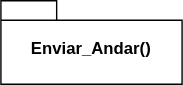
wholocked1/Projeto-2-modelagem keeps this draw.io diagram as Diagrama-Sequencia/mover_elevadores.svg. Above is the earlier version. Source tidied: cells renumbered, new cells last; positions are measured from the earlier drawing's top-left corner, leaving out a move shared by most shapes. Source of this version:
```xml
<mxGraphModel background="#ffffff">
  <root>
    <mxCell id="0" />
    <mxCell id="1" parent="0" />
    <mxCell id="2" value="Enviar_Andar()" style="shape=folder;fontStyle=1;spacingTop=10;tabWidth=40;tabHeight=14;tabPosition=left;html=1;whiteSpace=wrap;" parent="1" vertex="1">
      <mxGeometry width="130" height="60" as="geometry" />
    </mxCell>
  </root>
</mxGraphModel>
```
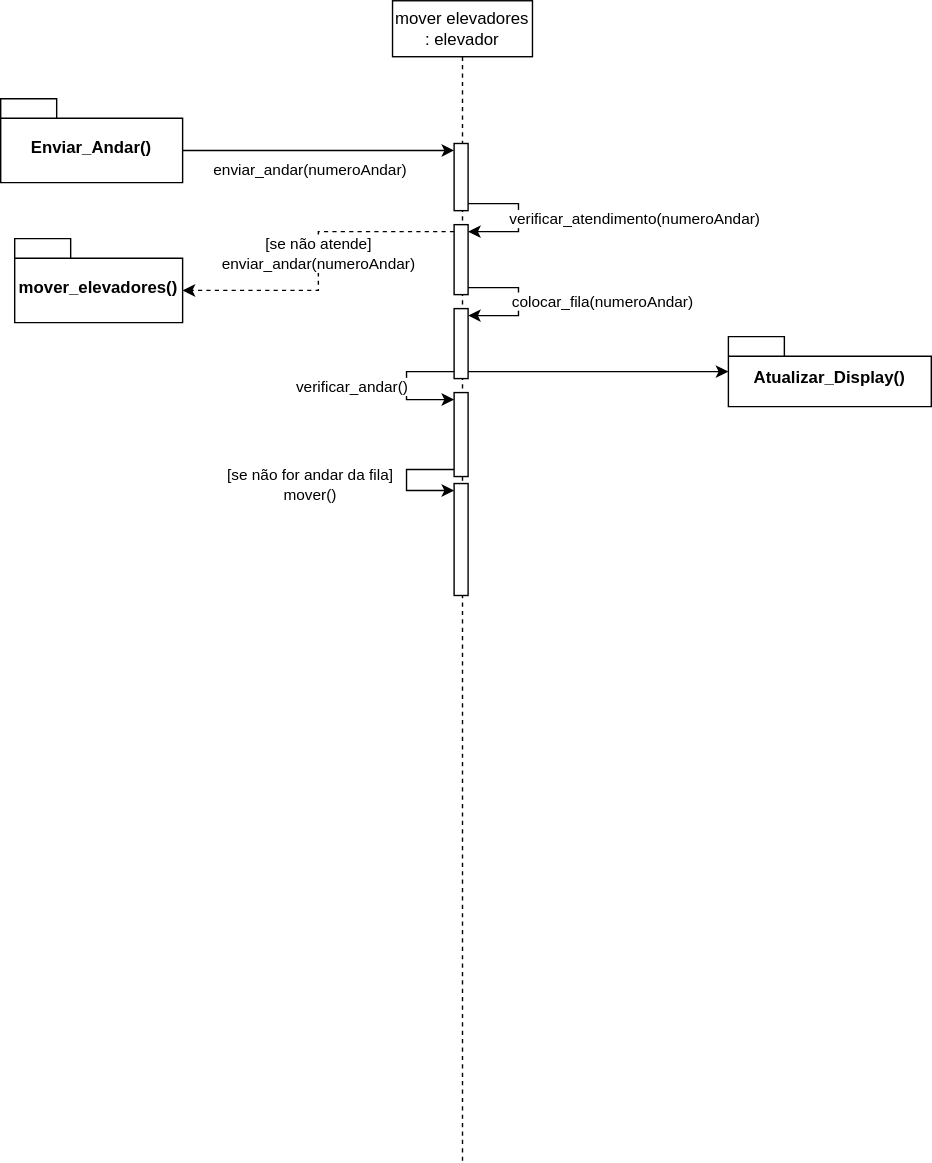
After the change.

Diff of the diagram source:
```diff
@@ -5,5 +5,100 @@
     <mxCell id="2" value="Enviar_Andar()" style="shape=folder;fontStyle=1;spacingTop=10;tabWidth=40;tabHeight=14;tabPosition=left;html=1;whiteSpace=wrap;" parent="1" vertex="1">
       <mxGeometry width="130" height="60" as="geometry" />
     </mxCell>
+    <mxCell id="3" value="mover elevadores : elevador" style="shape=umlLifeline;perimeter=lifelinePerimeter;whiteSpace=wrap;html=1;newEdgeStyle={&quot;curved&quot;:0,&quot;rounded&quot;:0};" parent="1" vertex="1">
+      <mxGeometry x="280" y="-70" width="100" height="830" as="geometry" />
+    </mxCell>
+    <mxCell id="4" style="html=1;points=[[0,0,0,0,5],[0,1,0,0,-5],[1,0,0,0,5],[1,1,0,0,-5]];perimeter=orthogonalPerimeter;outlineConnect=0;targetShapes=umlLifeline;portConstraint=eastwest;newEdgeStyle={&quot;curved&quot;:0,&quot;rounded&quot;:0};" parent="3" vertex="1">
+      <mxGeometry x="44" y="102" width="10" height="48" as="geometry" />
+    </mxCell>
+    <mxCell id="5" style="html=1;points=[[0,0,0,0,5],[0,1,0,0,-5],[1,0,0,0,5],[1,1,0,0,-5]];perimeter=orthogonalPerimeter;outlineConnect=0;targetShapes=umlLifeline;portConstraint=eastwest;newEdgeStyle={&quot;curved&quot;:0,&quot;rounded&quot;:0};" parent="3" vertex="1">
+      <mxGeometry x="44" y="160" width="10" height="50" as="geometry" />
+    </mxCell>
+    <mxCell id="6" style="edgeStyle=orthogonalEdgeStyle;rounded=0;jettySize=auto;html=1;curved=0;exitX=1;exitY=1;exitDx=0;exitDy=-5;exitPerimeter=0;entryX=1;entryY=0;entryDx=0;entryDy=5;entryPerimeter=0;" parent="3" edge="1" source="4" target="5">
+      <mxGeometry relative="1" as="geometry">
+        <Array as="points">
+          <mxPoint x="90" y="145" />
+          <mxPoint x="90" y="165" />
+        </Array>
+      </mxGeometry>
+    </mxCell>
+    <mxCell id="7" value="verificar_atendimento(numeroAndar)" style="edgeLabel;html=1;align=center;verticalAlign=middle;" parent="6" vertex="1">
+      <mxGeometry x="0.02" relative="1" as="geometry">
+        <mxPoint x="82" y="-1" as="offset" />
+      </mxGeometry>
+    </mxCell>
+    <mxCell id="8" style="html=1;points=[[0,0,0,0,5],[0,1,0,0,-5],[1,0,0,0,5],[1,1,0,0,-5]];perimeter=orthogonalPerimeter;outlineConnect=0;targetShapes=umlLifeline;portConstraint=eastwest;newEdgeStyle={&quot;curved&quot;:0,&quot;rounded&quot;:0};" parent="3" vertex="1">
+      <mxGeometry x="44" y="220" width="10" height="50" as="geometry" />
+    </mxCell>
+    <mxCell id="9" style="edgeStyle=orthogonalEdgeStyle;rounded=0;jettySize=auto;html=1;curved=0;exitX=1;exitY=1;exitDx=0;exitDy=-5;exitPerimeter=0;entryX=1;entryY=0;entryDx=0;entryDy=5;entryPerimeter=0;" parent="3" edge="1" source="5" target="8">
+      <mxGeometry relative="1" as="geometry">
+        <Array as="points">
+          <mxPoint x="90" y="205" />
+          <mxPoint x="90" y="225" />
+        </Array>
+      </mxGeometry>
+    </mxCell>
+    <mxCell id="10" value="colocar_fila(numeroAndar)" style="edgeLabel;html=1;align=center;verticalAlign=middle;" parent="9" vertex="1">
+      <mxGeometry relative="1" as="geometry">
+        <mxPoint x="59" y="-1" as="offset" />
+      </mxGeometry>
+    </mxCell>
+    <mxCell id="11" style="html=1;points=[[0,0,0,0,5],[0,1,0,0,-5],[1,0,0,0,5],[1,1,0,0,-5]];perimeter=orthogonalPerimeter;outlineConnect=0;targetShapes=umlLifeline;portConstraint=eastwest;newEdgeStyle={&quot;curved&quot;:0,&quot;rounded&quot;:0};" parent="3" vertex="1">
+      <mxGeometry x="44" y="280" width="10" height="60" as="geometry" />
+    </mxCell>
+    <mxCell id="12" style="edgeStyle=orthogonalEdgeStyle;rounded=0;jettySize=auto;html=1;curved=0;exitX=0;exitY=1;exitDx=0;exitDy=-5;exitPerimeter=0;entryX=0;entryY=0;entryDx=0;entryDy=5;entryPerimeter=0;" parent="3" edge="1" source="8" target="11">
+      <mxGeometry relative="1" as="geometry">
+        <Array as="points">
+          <mxPoint x="10" y="265" />
+          <mxPoint x="10" y="285" />
+        </Array>
+      </mxGeometry>
+    </mxCell>
+    <mxCell id="13" value="verificar_andar()" style="edgeLabel;html=1;align=center;verticalAlign=middle;" parent="12" vertex="1">
+      <mxGeometry x="-0.05" y="-1" relative="1" as="geometry">
+        <mxPoint x="-39" y="2" as="offset" />
+      </mxGeometry>
+    </mxCell>
+    <mxCell id="14" style="html=1;points=[[0,0,0,0,5],[0,1,0,0,-5],[1,0,0,0,5],[1,1,0,0,-5]];perimeter=orthogonalPerimeter;outlineConnect=0;targetShapes=umlLifeline;portConstraint=eastwest;newEdgeStyle={&quot;curved&quot;:0,&quot;rounded&quot;:0};" parent="3" vertex="1">
+      <mxGeometry x="44" y="345" width="10" height="80" as="geometry" />
+    </mxCell>
+    <mxCell id="15" style="edgeStyle=orthogonalEdgeStyle;rounded=0;jettySize=auto;html=1;curved=0;exitX=0;exitY=1;exitDx=0;exitDy=-5;exitPerimeter=0;entryX=0;entryY=0;entryDx=0;entryDy=5;entryPerimeter=0;" parent="3" edge="1" source="11" target="14">
+      <mxGeometry relative="1" as="geometry">
+        <Array as="points">
+          <mxPoint x="10" y="335" />
+          <mxPoint x="10" y="350" />
+        </Array>
+      </mxGeometry>
+    </mxCell>
+    <mxCell id="16" value="[se não for andar da fila]&lt;div&gt;mover()&lt;/div&gt;" style="edgeLabel;html=1;align=center;verticalAlign=middle;" parent="15" vertex="1">
+      <mxGeometry x="-0.01" y="1" relative="1" as="geometry">
+        <mxPoint x="-71" y="3" as="offset" />
+      </mxGeometry>
+    </mxCell>
+    <mxCell id="17" style="edgeStyle=orthogonalEdgeStyle;rounded=0;jettySize=auto;html=1;exitX=0;exitY=0;exitDx=130;exitDy=37;exitPerimeter=0;entryX=0;entryY=0;entryDx=0;entryDy=5;entryPerimeter=0;" parent="1" edge="1" source="2" target="4">
+      <mxGeometry relative="1" as="geometry" />
+    </mxCell>
+    <mxCell id="18" value="enviar_andar(numeroAndar)" style="edgeLabel;html=1;align=center;verticalAlign=middle;" parent="17" vertex="1">
+      <mxGeometry x="-0.23" relative="1" as="geometry">
+        <mxPoint x="15" y="13" as="offset" />
+      </mxGeometry>
+    </mxCell>
+    <mxCell id="19" value="mover_elevadores()" style="shape=folder;fontStyle=1;spacingTop=10;tabWidth=40;tabHeight=14;tabPosition=left;html=1;whiteSpace=wrap;" parent="1" vertex="1">
+      <mxGeometry x="10" y="100" width="120" height="60" as="geometry" />
+    </mxCell>
+    <mxCell id="20" style="edgeStyle=orthogonalEdgeStyle;rounded=0;jettySize=auto;html=1;curved=0;exitX=0;exitY=0;exitDx=0;exitDy=5;exitPerimeter=0;entryX=0;entryY=0;entryDx=120;entryDy=37;entryPerimeter=0;dashed=1;" parent="1" edge="1" source="5" target="19">
+      <mxGeometry relative="1" as="geometry" />
+    </mxCell>
+    <mxCell id="21" value="[se não atende]&lt;div&gt;enviar_andar(numeroAndar)&lt;/div&gt;" style="edgeLabel;html=1;align=center;verticalAlign=middle;" parent="20" vertex="1">
+      <mxGeometry x="0.04" y="-1" relative="1" as="geometry">
+        <mxPoint y="-11" as="offset" />
+      </mxGeometry>
+    </mxCell>
+    <mxCell id="22" value="Atualizar_Display()" style="shape=folder;fontStyle=1;spacingTop=10;tabWidth=40;tabHeight=14;tabPosition=left;html=1;whiteSpace=wrap;" parent="1" vertex="1">
+      <mxGeometry x="520" y="170" width="145" height="50" as="geometry" />
+    </mxCell>
+    <mxCell id="23" style="edgeStyle=orthogonalEdgeStyle;rounded=0;jettySize=auto;html=1;curved=0;exitX=1;exitY=1;exitDx=0;exitDy=-5;exitPerimeter=0;" parent="1" edge="1" source="8" target="22">
+      <mxGeometry relative="1" as="geometry" />
+    </mxCell>
   </root>
 </mxGraphModel>
```
